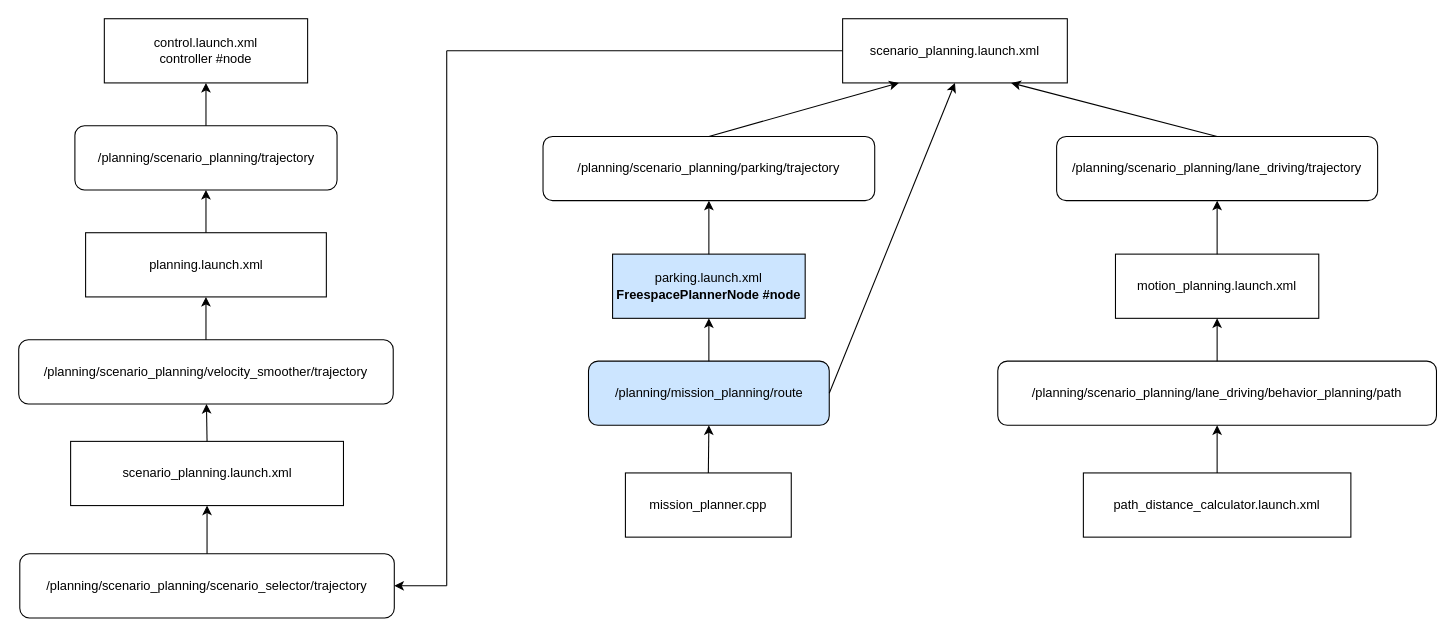
Above: trajectory_node.drawio in wxxsusie/files (draw.io), before the change. Source tidied: cells renumbered, new cells numbered last; positions are measured from the earlier drawing's top-left corner, leaving out a move shared by most shapes. Both pictures are drawn from the tidied source at 107%, with x=0, y=0 at pixel (18, 18).
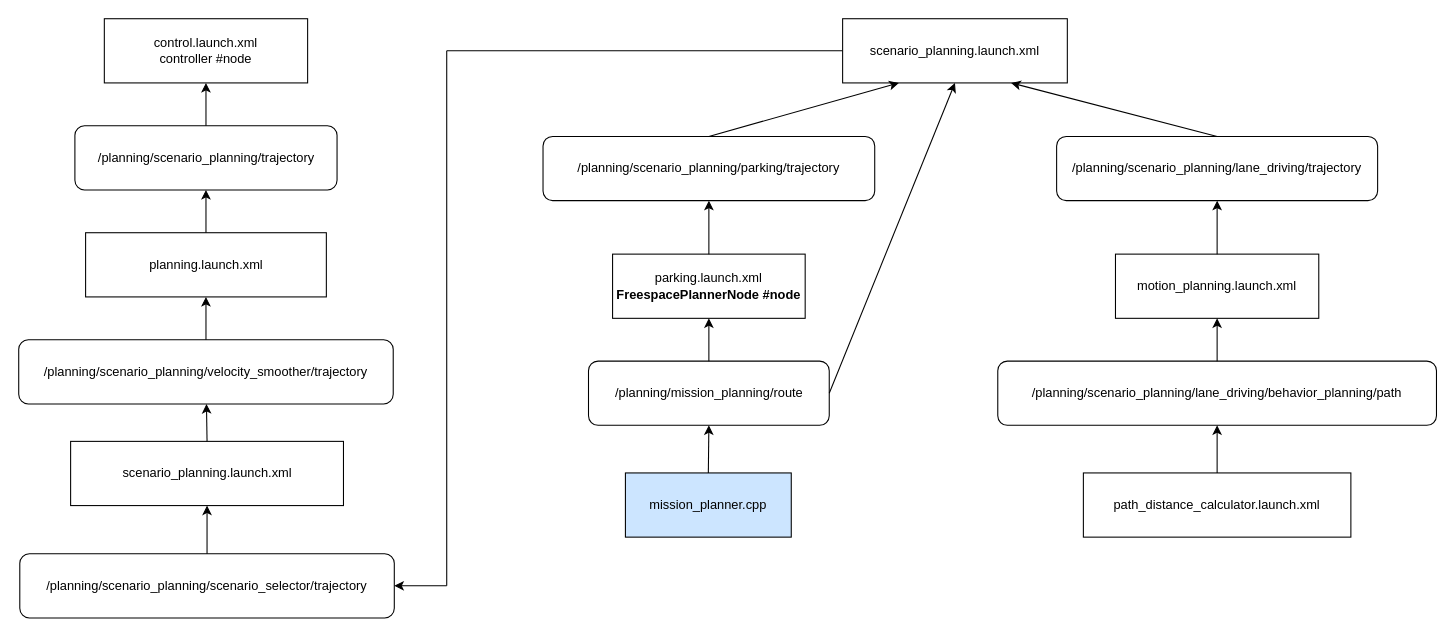
After the change.

Diff of the diagram source:
```diff
@@
-    <mxCell id="17" value="parking.launch.xml&lt;div&gt;&lt;b&gt;FreespacePlannerNode #node&lt;/b&gt;&lt;/div&gt;" style="rounded=0;whiteSpace=wrap;html=1;fillColor=#CCE5FF;" parent="1" vertex="1">
+    <mxCell id="17" value="parking.launch.xml&lt;div&gt;&lt;b&gt;FreespacePlannerNode #node&lt;/b&gt;&lt;/div&gt;" style="rounded=0;whiteSpace=wrap;html=1;fillColor=#FFFFFF;" parent="1" vertex="1">
       <mxGeometry x="555" y="220" width="180" height="60" as="geometry" />
     </mxCell>
@@
-    <mxCell id="19" value="/planning/mission_planning/route" style="rounded=1;whiteSpace=wrap;html=1;fillColor=#CCE5FF;" parent="1" vertex="1">
+    <mxCell id="19" value="/planning/mission_planning/route" style="rounded=1;whiteSpace=wrap;html=1;fillColor=#FFFFFF;" parent="1" vertex="1">
       <mxGeometry x="532.5" y="320" width="225" height="60" as="geometry" />
     </mxCell>
@@
-    <mxCell id="32" value="mission_planner.cpp" style="rounded=0;whiteSpace=wrap;html=1;" parent="1" vertex="1">
+    <mxCell id="32" value="mission_planner.cpp" style="rounded=0;whiteSpace=wrap;html=1;fillColor=#CCE5FF;" parent="1" vertex="1">
       <mxGeometry x="567" y="424.5" width="155" height="60" as="geometry" />
     </mxCell>
```
